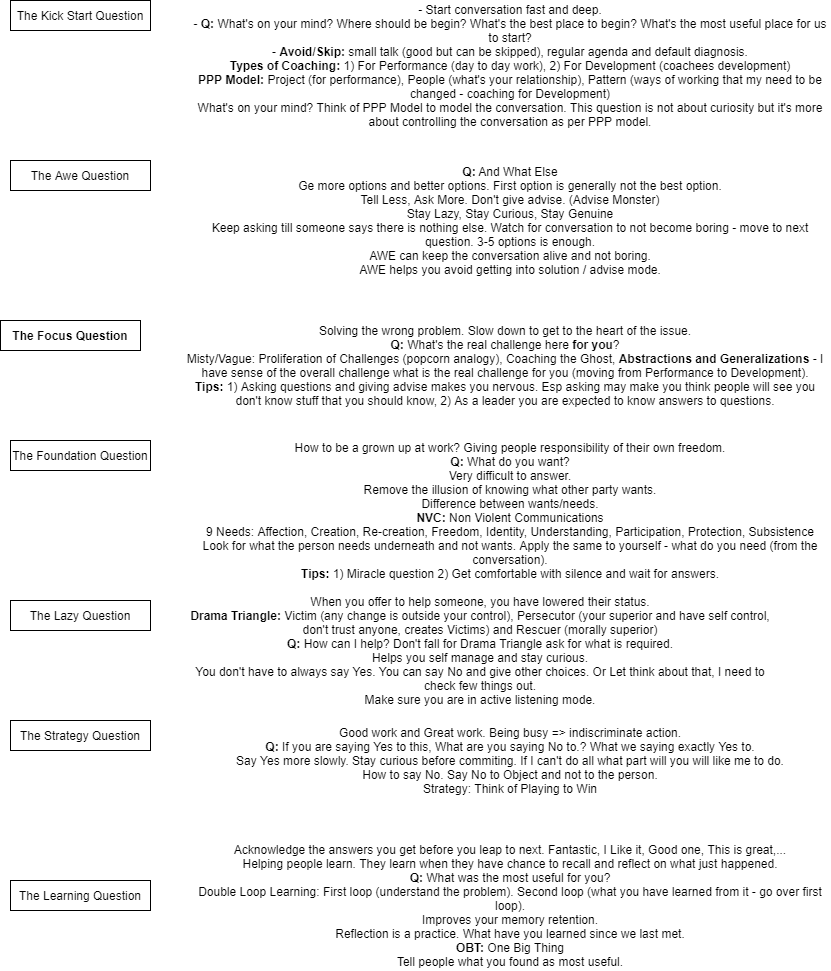
s-gurjit/diagrams keeps this draw.io diagram as coaching/coaching-habbit.xml.png. Above is the earlier version. Source tidied: cells renumbered, new cells last; positions are measured from the earlier drawing's top-left corner, leaving out a move shared by most shapes.
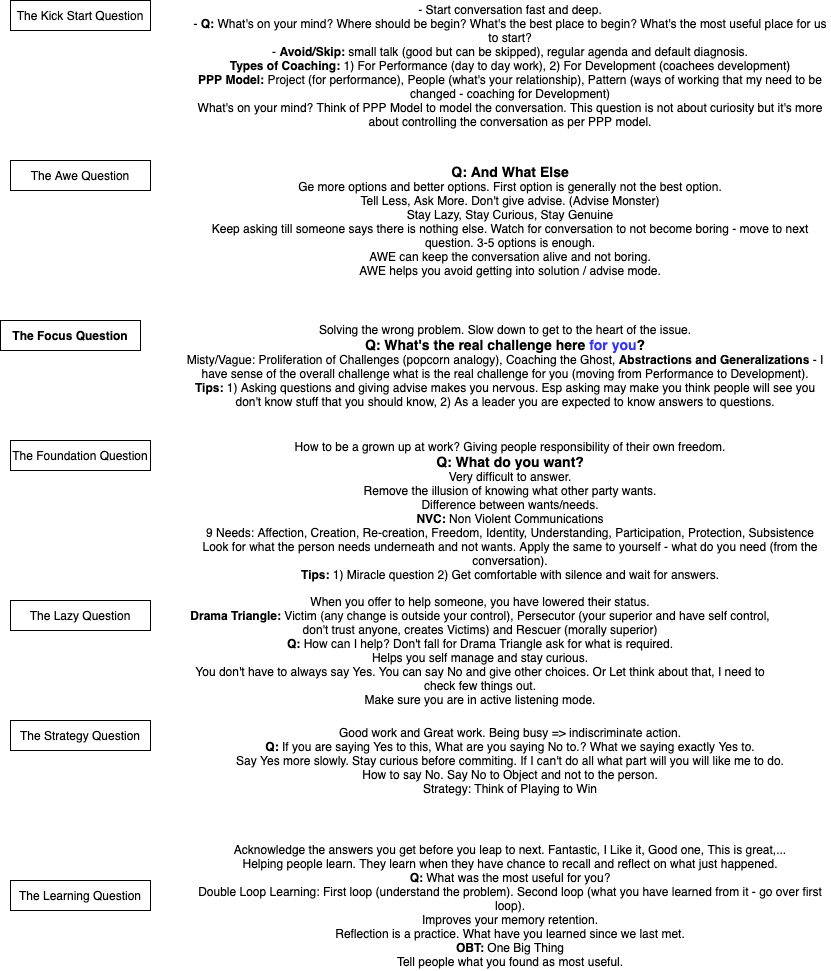
After the change.

Change to the diagram source:
```diff
@@ -26,13 +26,13 @@
     <mxCell id="9" value="- Start conversation fast and deep.&lt;br&gt;- &lt;b&gt;Q:&lt;/b&gt;&amp;nbsp;What's on your mind? Where should be begin? What's the best place to begin? What's the most useful place for us to start?&lt;br&gt;- &lt;b&gt;Avoid/Skip: &lt;/b&gt;small talk (good but can be skipped), regular agenda and default diagnosis.&lt;br&gt;&lt;b&gt;Types of Coaching: &lt;/b&gt;1) For Performance (day to day work), 2) For Development (coachees development)&lt;br&gt;&lt;b&gt;PPP Model:&lt;/b&gt;&amp;nbsp;Project (for performance), People (what's your relationship), Pattern (ways of working that my need to be changed - coaching for Development)&lt;br&gt;What's on your mind? Think of PPP Model to model the conversation. This question is not about curiosity but it's more about controlling the conversation as per PPP model." style="text;html=1;strokeColor=none;fillColor=none;align=center;verticalAlign=middle;whiteSpace=wrap;rounded=0;" parent="1" vertex="1">
       <mxGeometry x="190" width="640" height="130" as="geometry" />
     </mxCell>
-    <mxCell id="10" value="&lt;b&gt;Q:&lt;/b&gt;&amp;nbsp;And What Else&lt;br&gt;Ge more options and better options. First option is generally not the best option.&lt;br&gt;Tell Less, Ask More. Don't give advise. (Advise Monster)&lt;br&gt;Stay Lazy, Stay Curious, Stay Genuine&lt;br&gt;Keep asking till someone says there is nothing else. Watch for conversation to not become boring - move to next question. 3-5 options is enough.&lt;br&gt;AWE can keep the conversation alive and not boring.&lt;br&gt;AWE helps you avoid getting into solution / advise mode." style="text;html=1;strokeColor=none;fillColor=none;align=center;verticalAlign=middle;whiteSpace=wrap;rounded=0;" parent="1" vertex="1">
+    <mxCell id="10" value="&lt;font style=&quot;font-size: 14px&quot;&gt;&lt;b&gt;Q:&lt;/b&gt;&amp;nbsp;&lt;/font&gt;&lt;b&gt;&lt;font style=&quot;font-size: 14px&quot;&gt;And What Else&lt;/font&gt;&lt;/b&gt;&lt;br&gt;Ge more options and better options. First option is generally not the best option.&lt;br&gt;Tell Less, Ask More. Don't give advise. (Advise Monster)&lt;br&gt;Stay Lazy, Stay Curious, Stay Genuine&lt;br&gt;Keep asking till someone says there is nothing else. Watch for conversation to not become boring - move to next question. 3-5 options is enough.&lt;br&gt;AWE can keep the conversation alive and not boring.&lt;br&gt;AWE helps you avoid getting into solution / advise mode." style="text;html=1;strokeColor=none;fillColor=none;align=center;verticalAlign=middle;whiteSpace=wrap;rounded=0;" parent="1" vertex="1">
       <mxGeometry x="190" y="160" width="640" height="120" as="geometry" />
     </mxCell>
-    <mxCell id="11" value="Solving the wrong problem. Slow down to get to the heart of the issue.&lt;br&gt;&lt;b&gt;Q:&lt;/b&gt;&amp;nbsp;What's the real challenge here &lt;b&gt;for you&lt;/b&gt;?&lt;br&gt;Misty/Vague: Proliferation of Challenges (popcorn analogy), Coaching the Ghost,&lt;b&gt; Abstractions and Generalizations &lt;/b&gt;- I have sense of the overall challenge what is the real challenge for you (moving from Performance to Development).&lt;br&gt;&lt;b&gt;Tips:&lt;/b&gt;&amp;nbsp;1) Asking questions and giving advise makes you nervous. Esp asking may make you think people will see you don't know stuff that you should know, 2) As a leader you are expected to know answers to questions." style="text;html=1;strokeColor=none;fillColor=none;align=center;verticalAlign=middle;whiteSpace=wrap;rounded=0;" parent="1" vertex="1">
+    <mxCell id="11" value="Solving the wrong problem. Slow down to get to the heart of the issue.&lt;br&gt;&lt;font style=&quot;font-size: 14px&quot;&gt;&lt;b&gt;Q:&amp;nbsp;What's the real challenge here &lt;font color=&quot;#3333ff&quot;&gt;for you&lt;/font&gt;?&lt;/b&gt;&lt;/font&gt;&lt;br&gt;Misty/Vague: Proliferation of Challenges (popcorn analogy), Coaching the Ghost,&lt;b&gt; Abstractions and Generalizations &lt;/b&gt;- I have sense of the overall challenge what is the real challenge for you (moving from Performance to Development).&lt;br&gt;&lt;b&gt;Tips:&lt;/b&gt;&amp;nbsp;1) Asking questions and giving advise makes you nervous. Esp asking may make you think people will see you don't know stuff that you should know, 2) As a leader you are expected to know answers to questions." style="text;html=1;strokeColor=none;fillColor=none;align=center;verticalAlign=middle;whiteSpace=wrap;rounded=0;" parent="1" vertex="1">
       <mxGeometry x="180" y="320" width="650" height="90" as="geometry" />
     </mxCell>
-    <mxCell id="12" value="How to be a grown up at work? Giving people responsibility of their own freedom.&lt;br&gt;&lt;b&gt;Q: &lt;/b&gt;What do you want?&lt;br&gt;Very difficult to answer.&lt;br&gt;Remove the illusion of knowing what other party wants.&lt;br&gt;Difference between wants/needs.&lt;br&gt;&lt;b&gt;NVC:&lt;/b&gt;&amp;nbsp;Non Violent Communications&lt;br&gt;9 Needs: Affection, Creation, Re-creation, Freedom, Identity, Understanding, Participation, Protection, Subsistence&lt;br&gt;Look for what the person needs underneath and not wants. Apply the same to yourself - what do you need (from the conversation).&lt;br&gt;&lt;b&gt;Tips:&lt;/b&gt;&amp;nbsp;1) Miracle question 2) Get comfortable with silence and wait for answers." style="text;html=1;strokeColor=none;fillColor=none;align=center;verticalAlign=middle;whiteSpace=wrap;rounded=0;" parent="1" vertex="1">
+    <mxCell id="12" value="How to be a grown up at work? Giving people responsibility of their own freedom.&lt;br&gt;&lt;b style=&quot;font-size: 14px&quot;&gt;Q: What do you want?&lt;/b&gt;&lt;br&gt;Very difficult to answer.&lt;br&gt;Remove the illusion of knowing what other party wants.&lt;br&gt;Difference between wants/needs.&lt;br&gt;&lt;b&gt;NVC:&lt;/b&gt;&amp;nbsp;Non Violent Communications&lt;br&gt;9 Needs: Affection, Creation, Re-creation, Freedom, Identity, Understanding, Participation, Protection, Subsistence&lt;br&gt;Look for what the person needs underneath and not wants. Apply the same to yourself - what do you need (from the conversation).&lt;br&gt;&lt;b&gt;Tips:&lt;/b&gt;&amp;nbsp;1) Miracle question 2) Get comfortable with silence and wait for answers." style="text;html=1;strokeColor=none;fillColor=none;align=center;verticalAlign=middle;whiteSpace=wrap;rounded=0;" parent="1" vertex="1">
       <mxGeometry x="190" y="440" width="640" height="140" as="geometry" />
     </mxCell>
     <mxCell id="13" value="When you offer to help someone, you have lowered their status.&lt;br&gt;&lt;b&gt;Drama Triangle:&amp;nbsp;&lt;/b&gt;Victim (any change is outside your control), Persecutor (your superior and have self control, don't trust anyone, creates Victims) and Rescuer (morally superior)&lt;br&gt;&lt;b&gt;Q: &lt;/b&gt;How can I help? Don't fall for Drama Triangle ask for what is required.&lt;br&gt;Helps you self manage and stay curious.&lt;br&gt;You don't have to always say Yes. You can say No and give other choices. Or Let think about that, I need to check few things out.&lt;br&gt;Make sure you are in active listening mode." style="text;html=1;strokeColor=none;fillColor=none;align=center;verticalAlign=middle;whiteSpace=wrap;rounded=0;" parent="1" vertex="1">
```
